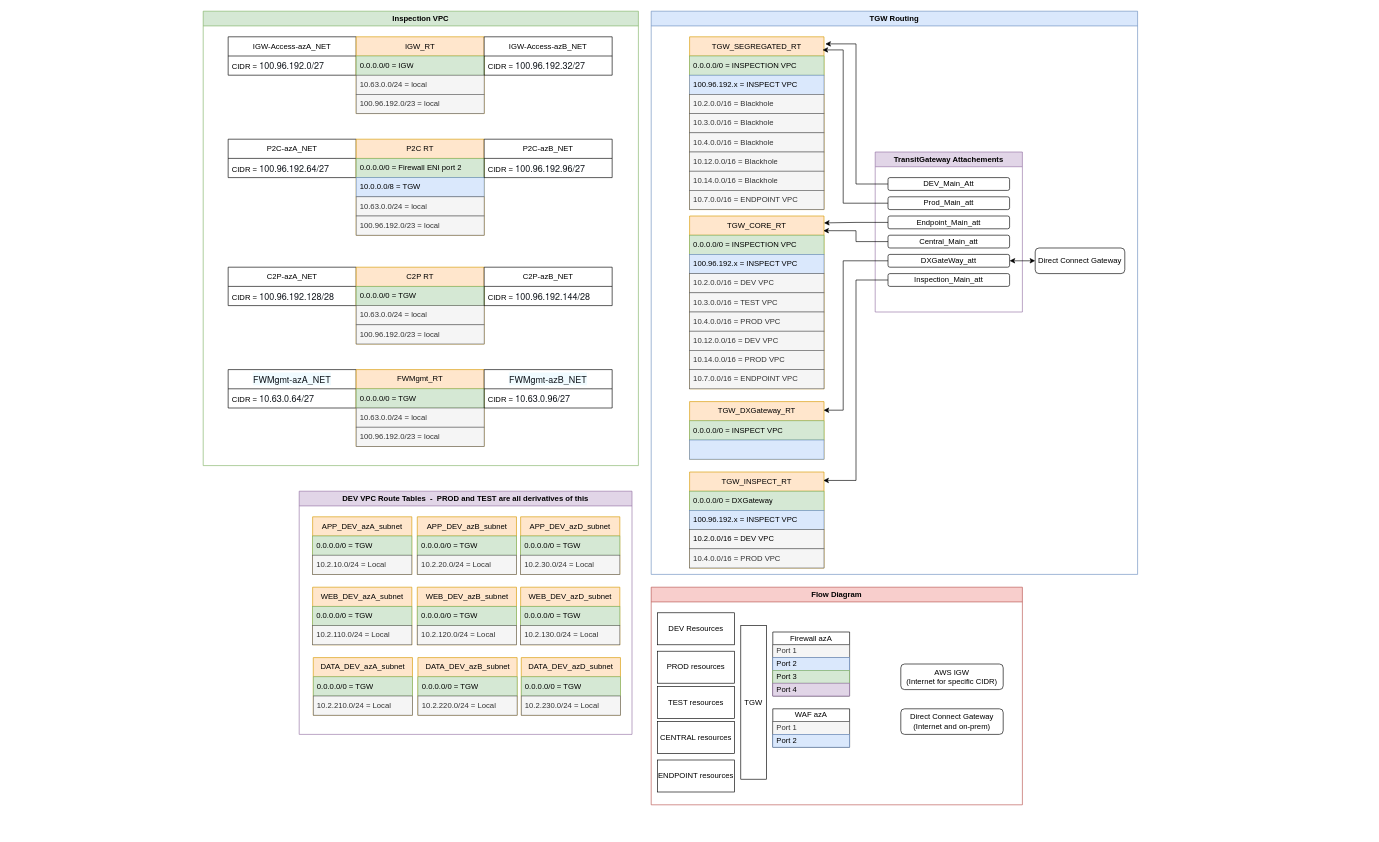
This is Inspection VPC Routing.drawio from XangoXCC/Drawio, a draw.io file, before an edit. Source tidied: cells renumbered, new cells numbered last; positions are measured from the earlier drawing's top-left corner, leaving out a move shared by most shapes. Both pictures are drawn from the tidied source at 64%, with x=0, y=0 at pixel (203, 11).
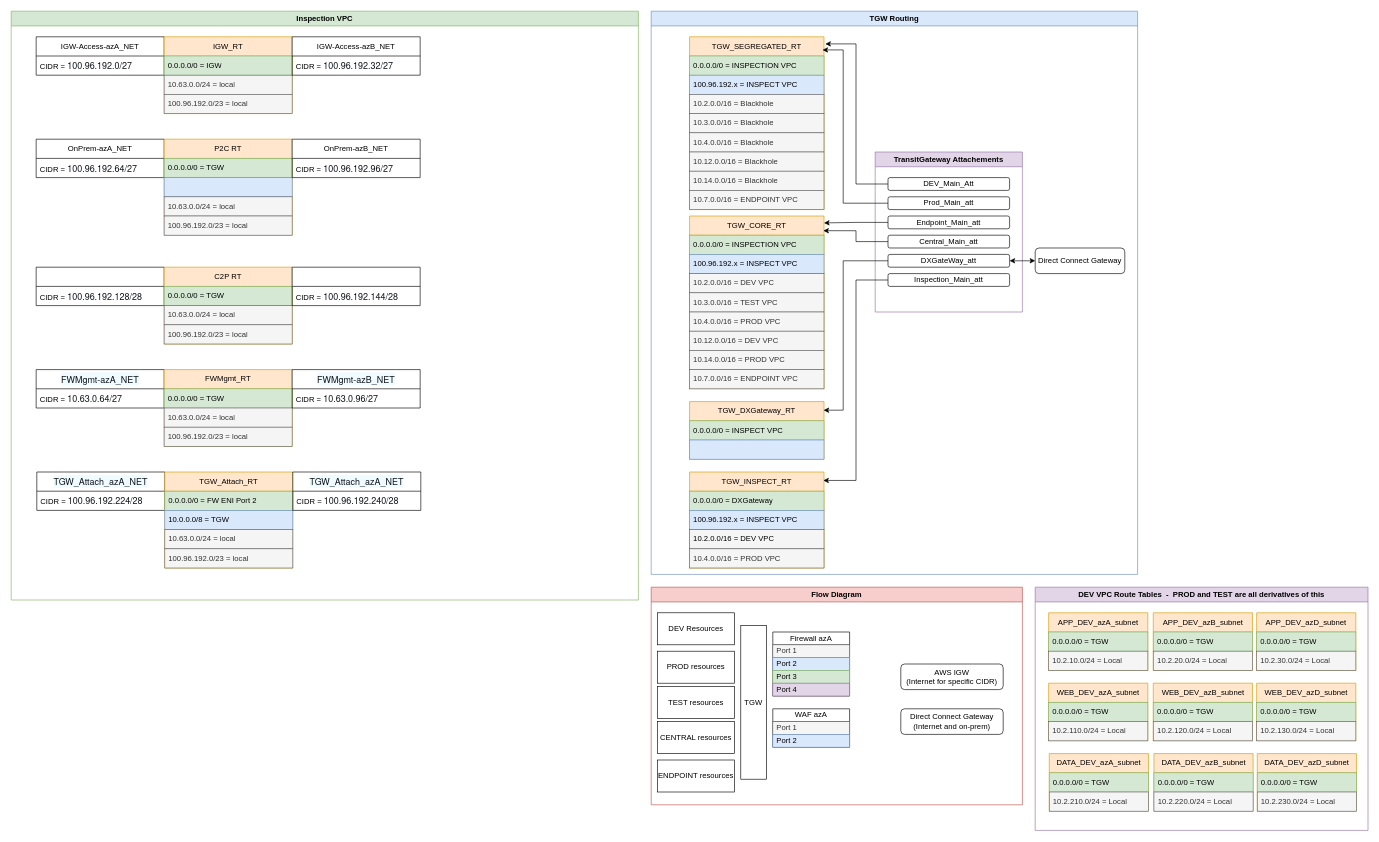
The same page after the edit.

The change refers to these unchanged cells:
```xml
<mxCell id="19" value="P2C RT" style="swimlane;fontStyle=0;horizontal=1;startSize=30;whiteSpace=wrap;html=1;fillColor=#ffe6cc;strokeColor=#d79b00;" parent="2" vertex="1">
  <mxGeometry x="239" y="200" width="200" height="150" as="geometry" />
</mxCell>
```

Diff of the diagram source:
```diff
@@
     <mxCell id="2" value="Inspection VPC" style="swimlane;whiteSpace=wrap;html=1;fillColor=#d5e8d4;strokeColor=#82b366;" parent="1" vertex="1">
-      <mxGeometry width="680" height="710" as="geometry" />
+      <mxGeometry x="-300" width="980" height="920" as="geometry" />
     </mxCell>
-    <mxCell id="3" value="P2C-azA_NET" style="swimlane;fontStyle=0;horizontal=1;startSize=30;whiteSpace=wrap;html=1;" parent="2" vertex="1">
+    <mxCell id="3" value="OnPrem-azA_NET" style="swimlane;fontStyle=0;horizontal=1;startSize=30;whiteSpace=wrap;html=1;" parent="2" vertex="1">
       <mxGeometry x="39" y="200" width="200" height="60" as="geometry" />
     </mxCell>
@@
-    <mxCell id="17" value="C2P-azA_NET" style="swimlane;fontStyle=0;horizontal=1;startSize=30;whiteSpace=wrap;html=1;" parent="2" vertex="1">
+    <mxCell id="17" style="swimlane;fontStyle=0;horizontal=1;startSize=30;whiteSpace=wrap;html=1;" parent="2" vertex="1">
       <mxGeometry x="39" y="400" width="200" height="60" as="geometry" />
     </mxCell>
@@
-    <mxCell id="20" value="0.0.0.0/0 = Firewall ENI port 2" style="text;strokeColor=#82b366;fillColor=#d5e8d4;align=left;verticalAlign=middle;spacingLeft=4;spacingRight=4;overflow=hidden;whiteSpace=wrap;html=1;" parent="19" vertex="1">
+    <mxCell id="20" value="0.0.0.0/0 = TGW" style="text;strokeColor=#82b366;fillColor=#d5e8d4;align=left;verticalAlign=middle;spacingLeft=4;spacingRight=4;overflow=hidden;whiteSpace=wrap;html=1;" parent="19" vertex="1">
       <mxGeometry y="30" width="200" height="30" as="geometry" />
     </mxCell>
-    <mxCell id="21" value="10.0.0.0/8 = TGW" style="text;strokeColor=#6c8ebf;fillColor=#dae8fc;align=left;verticalAlign=middle;spacingLeft=4;spacingRight=4;overflow=hidden;whiteSpace=wrap;html=1;" parent="19" vertex="1">
+    <mxCell id="21" style="text;strokeColor=#6c8ebf;fillColor=#dae8fc;align=left;verticalAlign=middle;spacingLeft=4;spacingRight=4;overflow=hidden;whiteSpace=wrap;html=1;" parent="19" vertex="1">
       <mxGeometry y="60" width="200" height="30" as="geometry" />
     </mxCell>
@@
-    <mxCell id="26" value="P2C-azB_NET" style="swimlane;fontStyle=0;horizontal=1;startSize=30;whiteSpace=wrap;html=1;" parent="2" vertex="1">
+    <mxCell id="26" value="OnPrem-azB_NET" style="swimlane;fontStyle=0;horizontal=1;startSize=30;whiteSpace=wrap;html=1;" parent="2" vertex="1">
       <mxGeometry x="439" y="200" width="200" height="60" as="geometry" />
     </mxCell>
@@
-    <mxCell id="32" value="C2P-azB_NET" style="swimlane;fontStyle=0;horizontal=1;startSize=30;whiteSpace=wrap;html=1;" parent="2" vertex="1">
+    <mxCell id="32" style="swimlane;fontStyle=0;horizontal=1;startSize=30;whiteSpace=wrap;html=1;" parent="2" vertex="1">
       <mxGeometry x="439" y="400" width="200" height="60" as="geometry" />
     </mxCell>
@@
+    <mxCell id="123" value="&lt;span style=&quot;color: rgb(15, 20, 26); font-family: &amp;quot;Amazon Ember&amp;quot;, &amp;quot;Helvetica Neue&amp;quot;, Roboto, Arial, sans-serif; font-size: 14px; text-align: start; text-wrap-mode: nowrap; background-color: rgb(240, 251, 255);&quot;&gt;TGW_Attach_azA_NET&lt;/span&gt;" style="swimlane;fontStyle=0;horizontal=1;startSize=30;whiteSpace=wrap;html=1;" parent="2" vertex="1">
+      <mxGeometry x="40" y="720" width="200" height="60" as="geometry" />
+    </mxCell>
+    <mxCell id="124" value="CIDR =&amp;nbsp;&lt;span style=&quot;color: rgb(15, 20, 26); font-family: &amp;quot;Amazon Ember&amp;quot;, &amp;quot;Helvetica Neue&amp;quot;, Roboto, Arial, sans-serif; font-size: 14px; background-color: rgb(255, 255, 255);&quot;&gt;100.96.192.224/28&lt;/span&gt;" style="text;strokeColor=none;fillColor=none;align=left;verticalAlign=middle;spacingLeft=4;spacingRight=4;overflow=hidden;whiteSpace=wrap;html=1;" parent="123" vertex="1">
+      <mxGeometry y="30" width="200" height="30" as="geometry" />
+    </mxCell>
+    <mxCell id="125" value="TGW_Attach_RT" style="swimlane;fontStyle=0;horizontal=1;startSize=30;whiteSpace=wrap;html=1;fillColor=#ffe6cc;strokeColor=#d79b00;" parent="2" vertex="1">
+      <mxGeometry x="240" y="720" width="200" height="150" as="geometry" />
+    </mxCell>
+    <mxCell id="126" value="0.0.0.0/0 = FW ENI Port 2" style="text;strokeColor=#82b366;fillColor=#d5e8d4;align=left;verticalAlign=middle;spacingLeft=4;spacingRight=4;overflow=hidden;whiteSpace=wrap;html=1;" parent="125" vertex="1">
+      <mxGeometry y="30" width="200" height="30" as="geometry" />
+    </mxCell>
+    <mxCell id="127" value="10.0.0.0/8 = TGW" style="text;strokeColor=#6c8ebf;fillColor=#dae8fc;align=left;verticalAlign=middle;spacingLeft=4;spacingRight=4;overflow=hidden;whiteSpace=wrap;html=1;" parent="125" vertex="1">
+      <mxGeometry y="60" width="200" height="30" as="geometry" />
+    </mxCell>
+    <mxCell id="128" value="10.63.0.0/24 = local" style="text;strokeColor=#666666;fillColor=#f5f5f5;align=left;verticalAlign=middle;spacingLeft=4;spacingRight=4;overflow=hidden;whiteSpace=wrap;html=1;fontColor=#333333;" parent="125" vertex="1">
+      <mxGeometry y="90" width="200" height="30" as="geometry" />
+    </mxCell>
+    <mxCell id="129" value="100.96.192.0/23 = local" style="text;strokeColor=#666666;fillColor=#f5f5f5;align=left;verticalAlign=middle;spacingLeft=4;spacingRight=4;overflow=hidden;whiteSpace=wrap;html=1;fontColor=#333333;" parent="125" vertex="1">
+      <mxGeometry y="120" width="200" height="30" as="geometry" />
+    </mxCell>
+    <mxCell id="130" value="&lt;span style=&quot;color: rgb(15, 20, 26); font-family: &amp;quot;Amazon Ember&amp;quot;, &amp;quot;Helvetica Neue&amp;quot;, Roboto, Arial, sans-serif; font-size: 14px; text-align: start; text-wrap-mode: nowrap; background-color: rgb(240, 251, 255);&quot;&gt;TGW_Attach_azA_NET&lt;/span&gt;" style="swimlane;fontStyle=0;horizontal=1;startSize=30;whiteSpace=wrap;html=1;" parent="2" vertex="1">
+      <mxGeometry x="440" y="720" width="200" height="60" as="geometry" />
+    </mxCell>
+    <mxCell id="131" value="CIDR =&amp;nbsp;&lt;span style=&quot;color: rgb(15, 20, 26); font-family: &amp;quot;Amazon Ember&amp;quot;, &amp;quot;Helvetica Neue&amp;quot;, Roboto, Arial, sans-serif; font-size: 14px; background-color: rgb(255, 255, 255);&quot;&gt;100.96.192.240/28&lt;/span&gt;" style="text;strokeColor=none;fillColor=none;align=left;verticalAlign=middle;spacingLeft=4;spacingRight=4;overflow=hidden;whiteSpace=wrap;html=1;" parent="130" vertex="1">
+      <mxGeometry y="30" width="200" height="30" as="geometry" />
+    </mxCell>
     <mxCell id="36" value="DEV VPC Route Tables&amp;nbsp; -&amp;nbsp; PROD and TEST are all derivatives of this" style="swimlane;whiteSpace=wrap;html=1;fillColor=#e1d5e7;strokeColor=#9673a6;" parent="1" vertex="1">
-      <mxGeometry x="150" y="750" width="520" height="380" as="geometry" />
+      <mxGeometry x="1300" y="900" width="520" height="380" as="geometry" />
     </mxCell>
```
